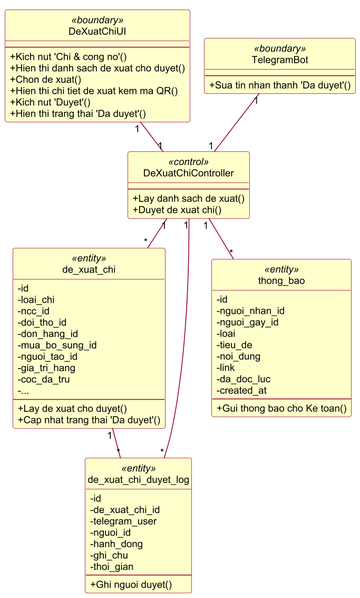
This is _hinh/puml_rose/png/cls_duyet_chi.png from simunaroo/ERP, a PlantUML export, as it was before one commit. Its source is kept beside it as _hinh/puml_rose/cls_duyet_chi.puml. Its diagram source:
```plantuml
@startuml cls_duyet_chi
!pragma layout smetana
skinparam dpi 150
skinparam defaultFontName Arial
skinparam defaultFontSize 12
skinparam shadowing false
skinparam ArrowColor #990033
skinparam ActorBorderColor #990033
skinparam ActorBackgroundColor #FFFFCC
skinparam UsecaseBorderColor #990033
skinparam UsecaseBackgroundColor #FFFFCC
skinparam ClassBorderColor #990033
skinparam ClassBackgroundColor #FFFFCC
skinparam ParticipantBorderColor #990033
skinparam ParticipantBackgroundColor #FFFFCC
skinparam BoundaryBackgroundColor #FFFFCC
skinparam BoundaryBorderColor #990033
skinparam ControlBackgroundColor #FFFFCC
skinparam ControlBorderColor #990033
skinparam EntityBackgroundColor #FFFFCC
skinparam EntityBorderColor #990033
skinparam SequenceLifeLineBorderColor #444444
skinparam NoteBackgroundColor #FFFFCC
skinparam NoteBorderColor #990033
skinparam packageStyle rectangle
hide circle
skinparam classAttributeIconSize 0
class "DeXuatChiUI" as UI <<boundary>> {
  --
  +Kich nut 'Chi & cong no'()
  +Hien thi danh sach de xuat cho duyet()
  +Chon de xuat()
  +Hien thi chi tiet de xuat kem ma QR()
  +Kich nut 'Duyet'()
  +Hien thi trang thai 'Da duyet'()
}
class "DeXuatChiController" as C <<control>> {
  --
  +Lay danh sach de xuat()
  +Duyet de xuat chi()
}
class "TelegramBot" as TG <<boundary>> {
  --
  +Sua tin nhan thanh 'Da duyet'()
}
class "de_xuat_chi" as DX <<entity>> {
  -id
  -loai_chi
  -ncc_id
  -doi_tho_id
  -don_hang_id
  -mua_bo_sung_id
  -nguoi_tao_id
  -gia_tri_hang
  -coc_da_tru
  -...
  --
  +Lay de xuat cho duyet()
  +Cap nhat trang thai 'Da duyet'()
}
class "de_xuat_chi_duyet_log" as LOG <<entity>> {
  -id
  -de_xuat_chi_id
  -telegram_user
  -nguoi_id
  -hanh_dong
  -ghi_chu
  -thoi_gian
  --
  +Ghi nguoi duyet()
}
class "thong_bao" as TB <<entity>> {
  -id
  -nguoi_nhan_id
  -nguoi_gay_id
  -loai
  -tieu_de
  -noi_dung
  -link
  -da_doc_luc
  -created_at
  --
  +Gui thong bao cho Ke toan()
}
UI "1" -- "1" C
TG "1" -- "1" C
C "1" -- "*" DX
C "1" -- "*" LOG
C "1" -- "*" TB
DX "1" -- "*" LOG
@enduml
```
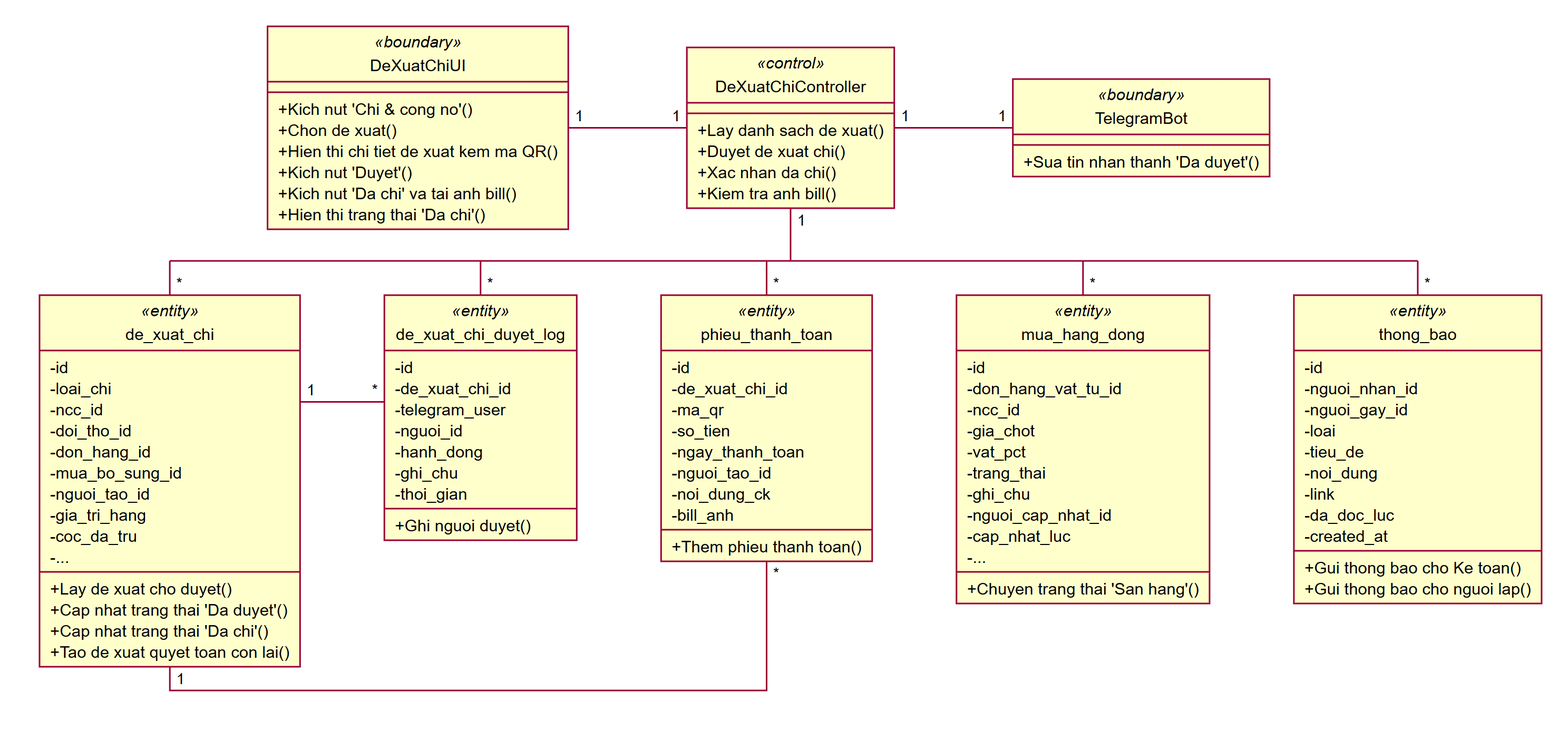
Later version of the same file.

Change to the diagram source:
```diff
@@ -28,16 +28,18 @@
 class "DeXuatChiUI" as UI <<boundary>> {
   --
   +Kich nut 'Chi & cong no'()
-  +Hien thi danh sach de xuat cho duyet()
   +Chon de xuat()
   +Hien thi chi tiet de xuat kem ma QR()
   +Kich nut 'Duyet'()
-  +Hien thi trang thai 'Da duyet'()
+  +Kich nut 'Da chi' va tai anh bill()
+  +Hien thi trang thai 'Da chi'()
 }
 class "DeXuatChiController" as C <<control>> {
   --
   +Lay danh sach de xuat()
   +Duyet de xuat chi()
+  +Xac nhan da chi()
+  +Kiem tra anh bill()
 }
 class "TelegramBot" as TG <<boundary>> {
   --
@@ -57,6 +59,8 @@
   --
   +Lay de xuat cho duyet()
   +Cap nhat trang thai 'Da duyet'()
+  +Cap nhat trang thai 'Da chi'()
+  +Tao de xuat quyet toan con lai()
 }
 class "de_xuat_chi_duyet_log" as LOG <<entity>> {
   -id
@@ -68,6 +72,32 @@
   -thoi_gian
   --
   +Ghi nguoi duyet()
+}
+class "phieu_thanh_toan" as PTT <<entity>> {
+  -id
+  -de_xuat_chi_id
+  -ma_qr
+  -so_tien
+  -ngay_thanh_toan
+  -nguoi_tao_id
+  -noi_dung_ck
+  -bill_anh
+  --
+  +Them phieu thanh toan()
+}
+class "mua_hang_dong" as MH <<entity>> {
+  -id
+  -don_hang_vat_tu_id
+  -ncc_id
+  -gia_chot
+  -vat_pct
+  -trang_thai
+  -ghi_chu
+  -nguoi_cap_nhat_id
+  -cap_nhat_luc
+  -...
+  --
+  +Chuyen trang thai 'San hang'()
 }
 class "thong_bao" as TB <<entity>> {
   -id
@@ -81,11 +111,15 @@
   -created_at
   --
   +Gui thong bao cho Ke toan()
+  +Gui thong bao cho nguoi lap()
 }
 UI "1" -- "1" C
 TG "1" -- "1" C
 C "1" -- "*" DX
 C "1" -- "*" LOG
+C "1" -- "*" PTT
+C "1" -- "*" MH
 C "1" -- "*" TB
 DX "1" -- "*" LOG
+DX "1" -- "*" PTT
 @enduml
```
